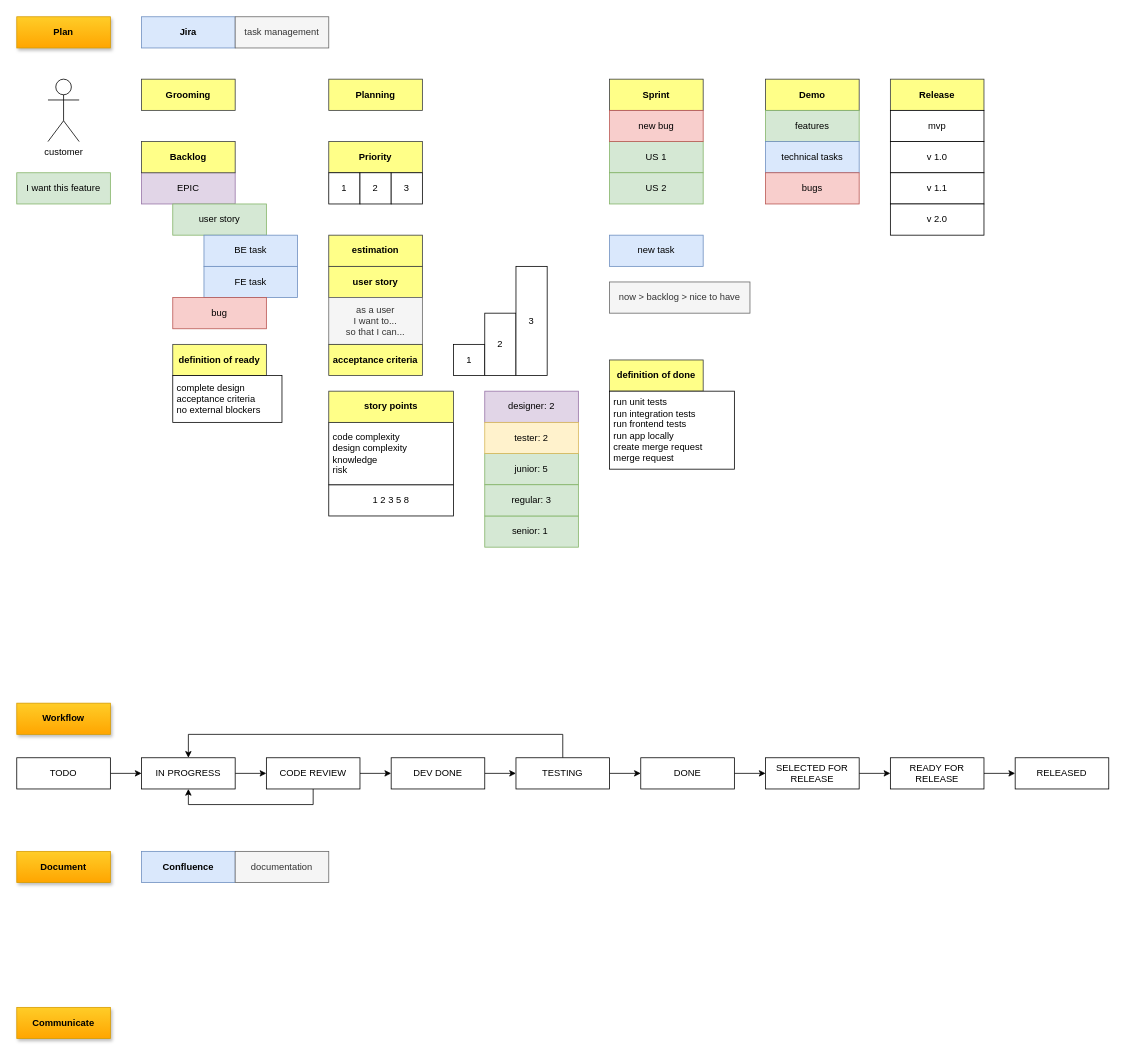
This is page "agile" (1 of 2) of docs/plan/agile.drawio from cosminbucur/final-ro23, a draw.io file, before an edit. Source tidied: cells renumbered, new cells numbered last; positions are measured from the earlier drawing's top-left corner, leaving out a move shared by most shapes. Both pictures are drawn from the tidied source at 78%, with x=0, y=0 at pixel (16, 16).
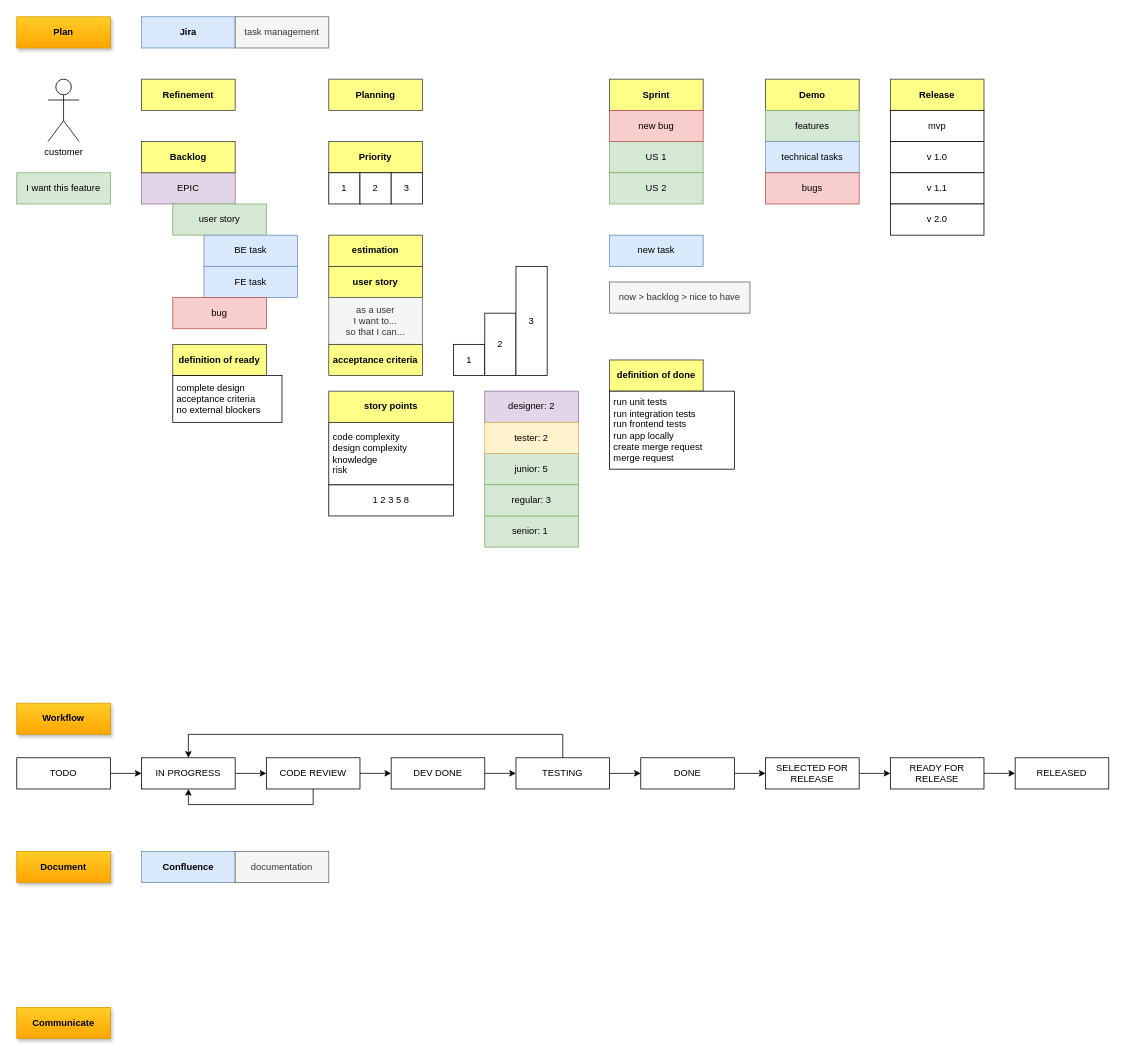
After the change.

Diff of the diagram source:
```diff
@@
-    <mxCell id="8" value="Grooming" style="rounded=0;whiteSpace=wrap;html=1;fillColor=#ffff88;strokeColor=#36393d;fontStyle=1;" parent="1" vertex="1">
+    <mxCell id="8" value="Refinement" style="rounded=0;whiteSpace=wrap;html=1;fillColor=#ffff88;strokeColor=#36393d;fontStyle=1;" parent="1" vertex="1">
       <mxGeometry x="160" y="80" width="120" height="40" as="geometry" />
     </mxCell>
```
